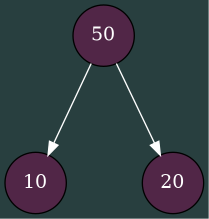
Before: TreeLog/pict_0.png, a diagram exported from Graphviz (Shishkin-Vasiliy/Akinator). Its source is kept beside it as TreeLog/pict_0.dot.
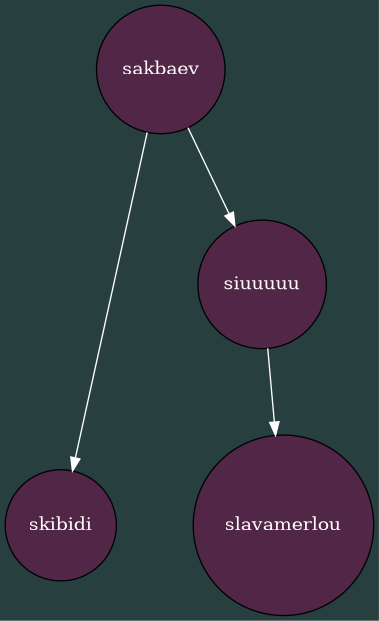
After the commit.

What changed in the source:
```diff
@@ -3,17 +3,21 @@
 rankdir=TB;
 nodesep=0.8;
 ranksep=0.9;
-node50 [shape=circle; style=filled; fillcolor="#6A184DA0"; fontcolor="#FFFFFF";
-       label="50"];
-{ rank=source; node50 };
-node10 [shape=circle; style=filled; fillcolor="#6A184DA0"; fontcolor="#FFFFFF";
-       label="10"];
-{ rank=sink; node10 };
+node_sakbaev [shape=circle; style=filled; fillcolor="#6A184DA0"; fontcolor="#FFFFFF";
+       label="sakbaev"];
+{ rank=source; node_sakbaev };
+node_skibidi [shape=circle; style=filled; fillcolor="#6A184DA0"; fontcolor="#FFFFFF";
+       label="skibidi"];
+{ rank=sink; node_skibidi };
 edge [color="#FFFFFF"];
-node50 -> node10
-;node20 [shape=circle; style=filled; fillcolor="#6A184DA0"; fontcolor="#FFFFFF";
-       label="20"];
-{ rank=sink; node20 };
+node_sakbaev -> node_skibidi
+;node_siuuuuu [shape=circle; style=filled; fillcolor="#6A184DA0"; fontcolor="#FFFFFF";
+       label="siuuuuu"];
+node_slavamerlou [shape=circle; style=filled; fillcolor="#6A184DA0"; fontcolor="#FFFFFF";
+       label="slavamerlou"];
+{ rank=sink; node_slavamerlou };
 edge [color="#FFFFFF"];
-node50 -> node20
+node_siuuuuu -> node_slavamerlou
+;edge [color="#FFFFFF"];
+node_sakbaev -> node_siuuuuu
 ;}
```
